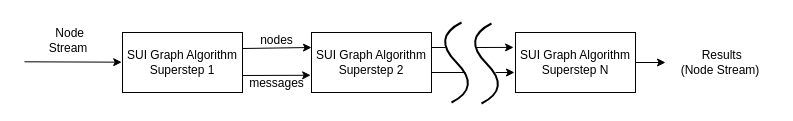
The draw.io diagram page "SUI" (2 of 5) of All execution models.drawio in komzy/FlinkPregelPaper, before the edit. Source tidied: cells renumbered, new cells numbered last; positions are measured from the earlier drawing's top-left corner, leaving out a move shared by most shapes. Both pictures are drawn from the tidied source at 100%, with x=0, y=0 at pixel (24, 22).
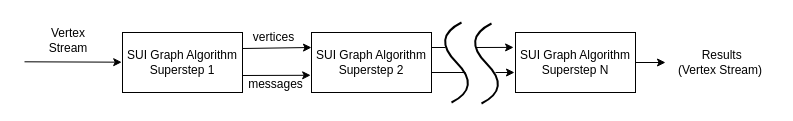
The same page after the edit.

What changed in the source:
```diff
@@
-    <mxCell id="5" value="&amp;nbsp;&lt;div&gt;nodes&lt;/div&gt;" style="text;html=1;whiteSpace=wrap;strokeColor=none;fillColor=none;align=center;verticalAlign=middle;rounded=0;" parent="1" vertex="1">
-      <mxGeometry x="224.5" y="3" width="55" height="13" as="geometry" />
+    <mxCell id="5" value="vertices" style="text;html=1;whiteSpace=wrap;strokeColor=none;fillColor=none;align=center;verticalAlign=middle;rounded=0;" parent="1" vertex="1">
+      <mxGeometry x="221.5" y="8" width="55" height="13" as="geometry" />
     </mxCell>
-    <mxCell id="6" value="&amp;nbsp;Node Stream" style="text;html=1;whiteSpace=wrap;strokeColor=none;fillColor=none;align=center;verticalAlign=middle;rounded=0;" parent="1" vertex="1">
+    <mxCell id="6" value="Vertex Stream" style="text;html=1;whiteSpace=wrap;strokeColor=none;fillColor=none;align=center;verticalAlign=middle;rounded=0;" parent="1" vertex="1">
       <mxGeometry x="14" y="3" width="60" height="30" as="geometry" />
     </mxCell>
@@
     <mxCell id="9" value="messages" style="text;html=1;whiteSpace=wrap;strokeColor=none;fillColor=none;align=center;verticalAlign=middle;rounded=0;" parent="1" vertex="1">
-      <mxGeometry x="225" y="54" width="55" height="13" as="geometry" />
+      <mxGeometry x="224" y="55" width="55" height="13" as="geometry" />
     </mxCell>
@@
-    <mxCell id="18" value="&amp;nbsp;Results&lt;div&gt;(Node Stream)&lt;/div&gt;" style="text;html=1;whiteSpace=wrap;strokeColor=none;fillColor=none;align=center;verticalAlign=middle;rounded=0;" parent="1" vertex="1">
+    <mxCell id="18" value="&amp;nbsp;Results&lt;div&gt;(Vertex Stream)&lt;/div&gt;" style="text;html=1;whiteSpace=wrap;strokeColor=none;fillColor=none;align=center;verticalAlign=middle;rounded=0;" parent="1" vertex="1">
       <mxGeometry x="641" y="20" width="110" height="40" as="geometry" />
     </mxCell>
```
